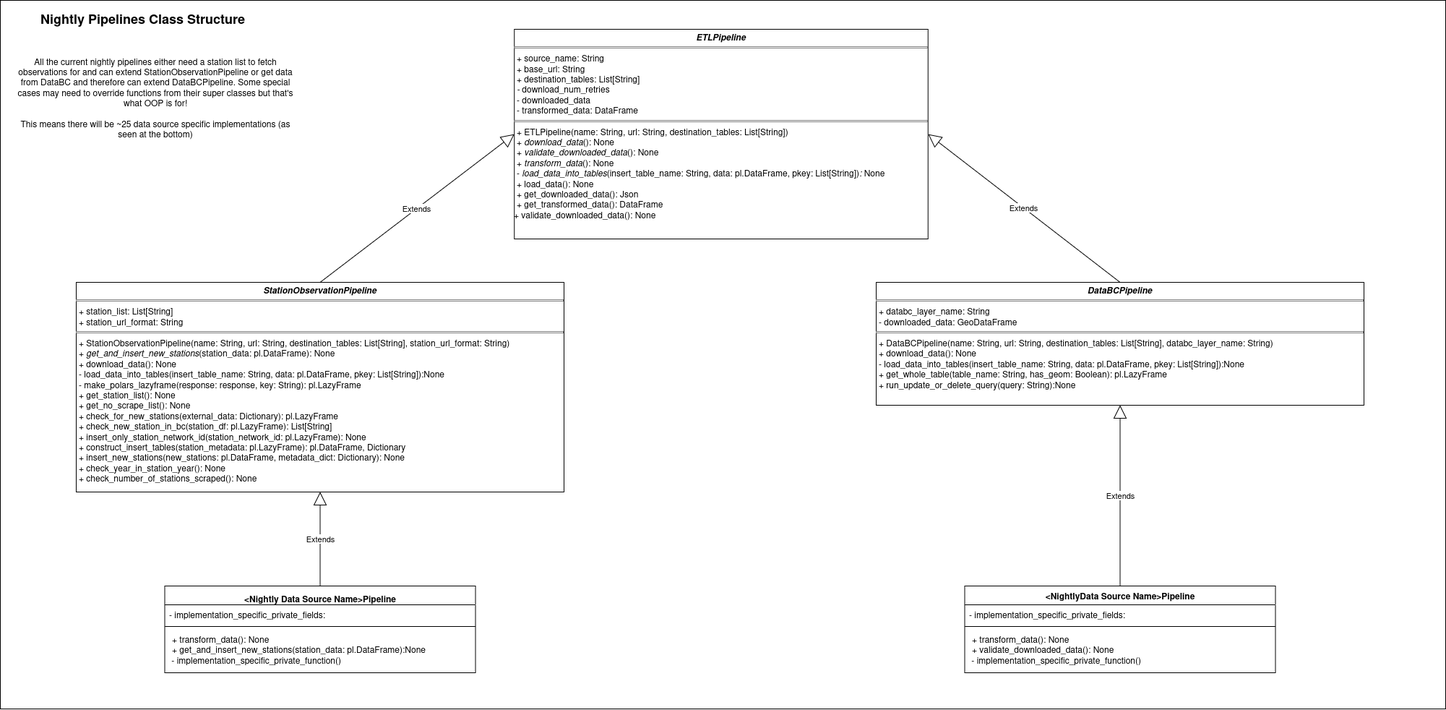
Before: airflow/etl_pipelines/readme_sources/BCWAT_final_UML_diagram.png, a diagram exported from draw.io (bcgov/nr-bcwat). Source tidied: cells renumbered, new cells last; positions are measured from the earlier drawing's top-left corner, leaving out a move shared by most shapes.
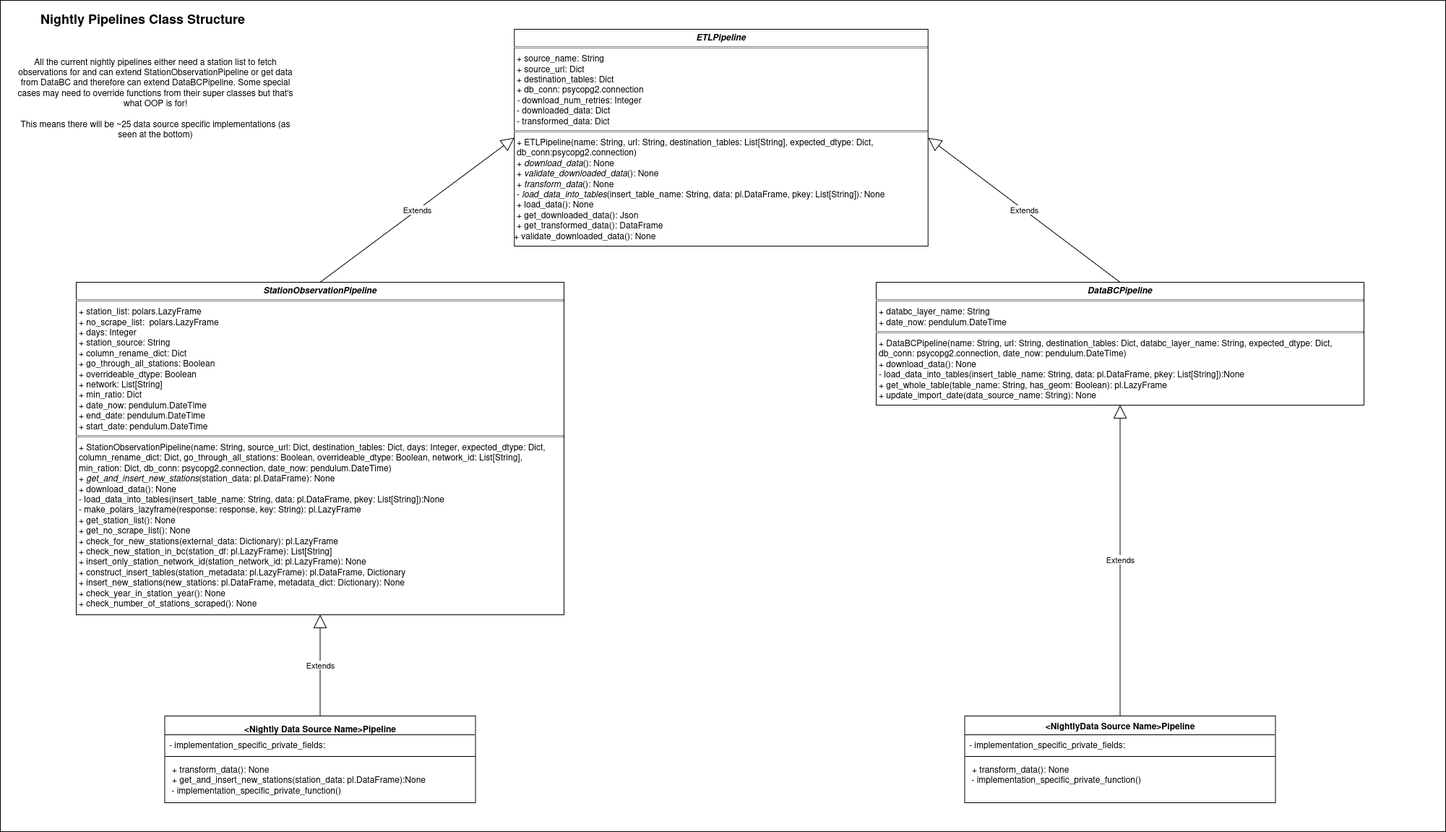
After the commit.

Diff of the diagram source:
```diff
@@ -3,19 +3,19 @@
     <mxCell id="0" />
     <mxCell id="1" parent="0" />
     <mxCell id="2" style="rounded=0;whiteSpace=wrap;html=1;" parent="1" vertex="1">
-      <mxGeometry width="2000" height="980" as="geometry" />
+      <mxGeometry width="2000" height="1150" as="geometry" />
     </mxCell>
-    <mxCell id="3" value="&lt;p style=&quot;margin:0px;margin-top:4px;text-align:center;&quot;&gt;&lt;b&gt;&lt;i&gt;ETLPipeline&lt;/i&gt;&lt;/b&gt;&lt;/p&gt;&lt;hr size=&quot;1&quot; style=&quot;border-style:solid;&quot;&gt;&lt;p style=&quot;margin:0px;margin-left:4px;&quot;&gt;+ source_name: String&lt;/p&gt;&lt;p style=&quot;margin:0px;margin-left:4px;&quot;&gt;+ base_url: String&lt;/p&gt;&lt;p style=&quot;margin:0px;margin-left:4px;&quot;&gt;+ destination_tables: List[String]&lt;/p&gt;&lt;p style=&quot;margin:0px;margin-left:4px;&quot;&gt;&lt;i&gt; - &lt;/i&gt;download_num_retries&lt;/p&gt;&lt;p style=&quot;margin:0px;margin-left:4px;&quot;&gt;- downloaded_data&lt;/p&gt;&lt;p style=&quot;margin:0px;margin-left:4px;&quot;&gt;- transformed_data: DataFrame&lt;/p&gt;&lt;hr size=&quot;1&quot; style=&quot;border-style:solid;&quot;&gt;&lt;p style=&quot;margin:0px;margin-left:4px;&quot;&gt;+ ETLPipeline(name: String, url: String,&amp;nbsp;destination_tables: List[String])&lt;/p&gt;&lt;p style=&quot;margin:0px;margin-left:4px;&quot;&gt;+ &lt;i&gt;download_data&lt;/i&gt;(): None&lt;/p&gt;&lt;p style=&quot;margin:0px;margin-left:4px;&quot;&gt;+ &lt;i&gt;validate_downloaded_data&lt;/i&gt;(): None&lt;/p&gt;&lt;p style=&quot;margin:0px;margin-left:4px;&quot;&gt;+&lt;i&gt; transform_data&lt;/i&gt;(): None&lt;/p&gt;&lt;p style=&quot;margin:0px;margin-left:4px;&quot;&gt;- &lt;i&gt;load_data_into_tables&lt;/i&gt;(insert_table_name: String, data: pl.DataFrame, pkey: List[String])&lt;i&gt;:&lt;/i&gt; None&lt;/p&gt;&lt;p style=&quot;margin:0px;margin-left:4px;&quot;&gt;+ load_data(): None&lt;/p&gt;&lt;p style=&quot;margin:0px;margin-left:4px;&quot;&gt;+ get_downloaded_data(): Json&lt;/p&gt;&lt;p style=&quot;margin:0px;margin-left:4px;&quot;&gt;+ get_transformed_data(): DataFrame&lt;/p&gt;&lt;div&gt;+ validate_downloaded_data(): None&lt;/div&gt;" style="verticalAlign=top;align=left;overflow=fill;html=1;whiteSpace=wrap;" parent="1" vertex="1">
-      <mxGeometry x="711.2" y="40" width="572.5" height="290" as="geometry" />
+    <mxCell id="3" value="&lt;p style=&quot;margin:0px;margin-top:4px;text-align:center;&quot;&gt;&lt;b&gt;&lt;i&gt;ETLPipeline&lt;/i&gt;&lt;/b&gt;&lt;/p&gt;&lt;hr size=&quot;1&quot; style=&quot;border-style:solid;&quot;&gt;&lt;p style=&quot;margin:0px;margin-left:4px;&quot;&gt;+ source_name: String&lt;/p&gt;&lt;p style=&quot;margin:0px;margin-left:4px;&quot;&gt;+ source_url: Dict&lt;/p&gt;&lt;p style=&quot;margin:0px;margin-left:4px;&quot;&gt;+ destination_tables: Dict&lt;/p&gt;&lt;p style=&quot;margin:0px;margin-left:4px;&quot;&gt;+ db_conn: psycopg2.connection&lt;/p&gt;&lt;p style=&quot;margin:0px;margin-left:4px;&quot;&gt;&lt;i&gt; - &lt;/i&gt;download_num_retries: Integer&lt;/p&gt;&lt;p style=&quot;margin:0px;margin-left:4px;&quot;&gt;- downloaded_data: Dict&lt;/p&gt;&lt;p style=&quot;margin:0px;margin-left:4px;&quot;&gt;- transformed_data: Dict&lt;/p&gt;&lt;hr size=&quot;1&quot; style=&quot;border-style:solid;&quot;&gt;&lt;p style=&quot;margin:0px;margin-left:4px;&quot;&gt;+ ETLPipeline(name: String, url: String,&amp;nbsp;destination_tables: List[String], expected_dtype: Dict, db_conn:psycopg2.connection)&lt;/p&gt;&lt;p style=&quot;margin:0px;margin-left:4px;&quot;&gt;+ &lt;i&gt;download_data&lt;/i&gt;(): None&lt;/p&gt;&lt;p style=&quot;margin:0px;margin-left:4px;&quot;&gt;+ &lt;i&gt;validate_downloaded_data&lt;/i&gt;(): None&lt;/p&gt;&lt;p style=&quot;margin:0px;margin-left:4px;&quot;&gt;+&lt;i&gt; transform_data&lt;/i&gt;(): None&lt;/p&gt;&lt;p style=&quot;margin:0px;margin-left:4px;&quot;&gt;- &lt;i&gt;load_data_into_tables&lt;/i&gt;(insert_table_name: String, data: pl.DataFrame, pkey: List[String])&lt;i&gt;:&lt;/i&gt; None&lt;/p&gt;&lt;p style=&quot;margin:0px;margin-left:4px;&quot;&gt;+ load_data(): None&lt;/p&gt;&lt;p style=&quot;margin:0px;margin-left:4px;&quot;&gt;+ get_downloaded_data(): Json&lt;/p&gt;&lt;p style=&quot;margin:0px;margin-left:4px;&quot;&gt;+ get_transformed_data(): DataFrame&lt;/p&gt;&lt;div&gt;+ validate_downloaded_data(): None&lt;/div&gt;" style="verticalAlign=top;align=left;overflow=fill;html=1;whiteSpace=wrap;" parent="1" vertex="1">
+      <mxGeometry x="711.2" y="40" width="572.5" height="300" as="geometry" />
     </mxCell>
-    <mxCell id="4" value="&lt;p style=&quot;margin:0px;margin-top:4px;text-align:center;&quot;&gt;&lt;b&gt;&lt;i&gt;DataBCPipeline &lt;br&gt;&lt;/i&gt;&lt;/b&gt;&lt;/p&gt;&lt;hr size=&quot;1&quot; style=&quot;border-style:solid;&quot;&gt;&lt;p style=&quot;margin:0px;margin-left:4px;&quot;&gt;+ databc_layer_name: String&lt;/p&gt;&lt;p style=&quot;margin:0px;margin-left:4px;&quot;&gt;- downloaded_data: GeoDataFrame&lt;/p&gt;&lt;hr size=&quot;1&quot; style=&quot;border-style:solid;&quot;&gt;&lt;p style=&quot;margin:0px;margin-left:4px;&quot;&gt;+ DataBCPipeline(name: String, url: String,&amp;nbsp;destination_tables: List[String], databc_layer_name: String)&amp;nbsp; &lt;br&gt;&lt;/p&gt;&lt;p style=&quot;margin:0px;margin-left:4px;&quot;&gt;+ download_data(): None&lt;/p&gt;&lt;p style=&quot;margin:0px;margin-left:4px;&quot;&gt;- load_data_into_tables(insert_table_name: String, data: pl.DataFrame, pkey: List[String]):None&lt;/p&gt;&lt;p style=&quot;margin:0px;margin-left:4px;&quot;&gt;+ get_whole_table(table_name: String, has_geom: Boolean): pl.LazyFrame&lt;/p&gt;&lt;p style=&quot;margin:0px;margin-left:4px;&quot;&gt;+ run_update_or_delete_query(query: String):None&lt;/p&gt;" style="verticalAlign=top;align=left;overflow=fill;html=1;whiteSpace=wrap;" parent="1" vertex="1">
+    <mxCell id="4" value="&lt;p style=&quot;margin:0px;margin-top:4px;text-align:center;&quot;&gt;&lt;b&gt;&lt;i&gt;DataBCPipeline &lt;br&gt;&lt;/i&gt;&lt;/b&gt;&lt;/p&gt;&lt;hr size=&quot;1&quot; style=&quot;border-style:solid;&quot;&gt;&lt;p style=&quot;margin:0px;margin-left:4px;&quot;&gt;+ databc_layer_name: String&lt;/p&gt;&lt;p style=&quot;margin:0px;margin-left:4px;&quot;&gt;+ date_now:&amp;nbsp;pendulum.DateTime&lt;/p&gt;&lt;hr size=&quot;1&quot; style=&quot;border-style:solid;&quot;&gt;&lt;p style=&quot;margin:0px;margin-left:4px;&quot;&gt;+ DataBCPipeline(name: String, url: String,&amp;nbsp;destination_tables: Dict, databc_layer_name: String, expected_dtype: Dict, db_conn: psycopg2.connection, date_now: pendulum.DateTime)&amp;nbsp; &lt;br&gt;&lt;/p&gt;&lt;p style=&quot;margin:0px;margin-left:4px;&quot;&gt;+ download_data(): None&lt;/p&gt;&lt;p style=&quot;margin:0px;margin-left:4px;&quot;&gt;- load_data_into_tables(insert_table_name: String, data: pl.DataFrame, pkey: List[String]):None&lt;/p&gt;&lt;p style=&quot;margin:0px;margin-left:4px;&quot;&gt;+ get_whole_table(table_name: String, has_geom: Boolean): pl.LazyFrame&lt;/p&gt;&lt;p style=&quot;margin:0px;margin-left:4px;&quot;&gt;+ update_import_date(data_source_name: String): None&lt;/p&gt;" style="verticalAlign=top;align=left;overflow=fill;html=1;whiteSpace=wrap;" parent="1" vertex="1">
       <mxGeometry x="1212" y="390" width="675" height="170" as="geometry" />
     </mxCell>
     <mxCell id="5" value="Extends" style="endArrow=block;endSize=16;endFill=0;html=1;rounded=0;entryX=1;entryY=0.5;entryDx=0;entryDy=0;exitX=0.5;exitY=0;exitDx=0;exitDy=0;" parent="1" edge="1" source="4" target="3">
       <mxGeometry relative="1" as="geometry" />
     </mxCell>
     <mxCell id="6" value="&lt;p style=&quot;margin:0px;margin-top:4px;text-align:center;&quot;&gt;&lt;b&gt;&amp;lt;Nightly Data Source Name&amp;gt;Pipeline&lt;/b&gt;&lt;/p&gt;" style="swimlane;fontStyle=1;align=center;verticalAlign=top;horizontal=1;startSize=26;whiteSpace=wrap;html=1;" parent="1" vertex="1">
-      <mxGeometry x="227.5" y="810" width="430" height="120" as="geometry" />
+      <mxGeometry x="227.5" y="990" width="430" height="120" as="geometry" />
     </mxCell>
     <mxCell id="7" value="- implementation_specific_private_fields:" style="text;strokeColor=none;fillColor=none;align=left;verticalAlign=top;spacingLeft=4;spacingRight=4;overflow=hidden;whiteSpace=wrap;html=1;" parent="6" vertex="1">
       <mxGeometry y="26" width="430" height="26" as="geometry" />
@@ -27,7 +27,7 @@
       <mxGeometry y="60" width="430" height="60" as="geometry" />
     </mxCell>
     <mxCell id="10" value="&lt;b&gt;&amp;lt;&lt;/b&gt;&lt;b&gt;Nightly&lt;/b&gt;&lt;b&gt;Data Source Name&amp;gt;&lt;/b&gt;&lt;b&gt;Pipeline &lt;/b&gt;" style="swimlane;fontStyle=1;align=center;verticalAlign=top;horizontal=1;startSize=26;whiteSpace=wrap;html=1;" parent="1" vertex="1">
-      <mxGeometry x="1334.5" y="810" width="430" height="120" as="geometry" />
+      <mxGeometry x="1334.5" y="990" width="430" height="120" as="geometry" />
     </mxCell>
     <mxCell id="11" value="- implementation_specific_private_fields:" style="text;strokeColor=none;fillColor=none;align=left;verticalAlign=top;spacingLeft=4;spacingRight=4;overflow=hidden;whiteSpace=wrap;html=1;" parent="10" vertex="1">
       <mxGeometry y="26" width="430" height="26" as="geometry" />
@@ -35,7 +35,7 @@
     <mxCell id="12" style="line;strokeWidth=1;fillColor=none;align=left;verticalAlign=middle;spacingTop=-1;spacingLeft=3;spacingRight=3;labelPosition=right;strokeColor=inherit;" parent="10" vertex="1">
       <mxGeometry y="52" width="430" height="8" as="geometry" />
     </mxCell>
-    <mxCell id="13" value="&lt;p style=&quot;margin:0px;margin-left:4px;&quot;&gt;+&lt;i&gt; &lt;/i&gt;transform_data(): None&lt;/p&gt;&lt;p style=&quot;margin:0px;margin-left:4px;&quot;&gt;+ validate_downloaded_data(): None&lt;/p&gt;&amp;nbsp;- implementation_specific_private_function() " style="text;strokeColor=none;fillColor=none;align=left;verticalAlign=top;spacingLeft=4;spacingRight=4;overflow=hidden;whiteSpace=wrap;html=1;" parent="10" vertex="1">
+    <mxCell id="13" value="&lt;p style=&quot;margin:0px;margin-left:4px;&quot;&gt;+&lt;i&gt; &lt;/i&gt;transform_data(): None&lt;/p&gt;&amp;nbsp;- implementation_specific_private_function() " style="text;strokeColor=none;fillColor=none;align=left;verticalAlign=top;spacingLeft=4;spacingRight=4;overflow=hidden;whiteSpace=wrap;html=1;" parent="10" vertex="1">
       <mxGeometry y="60" width="430" height="60" as="geometry" />
     </mxCell>
     <mxCell id="14" value="Extends" style="endArrow=block;endSize=16;endFill=0;html=1;rounded=0;exitX=0.5;exitY=0;exitDx=0;exitDy=0;entryX=0.5;entryY=1;entryDx=0;entryDy=0;" parent="1" edge="1" source="6" target="18">
@@ -50,8 +50,8 @@
     <mxCell id="17" value="&lt;div&gt;All the current nightly pipelines either need a station list to fetch observations for and can extend StationObservationPipeline or get data from DataBC and therefore can extend DataBCPipeline. Some special cases may need to override functions from their super classes but that's what OOP is for!&lt;/div&gt;&lt;div&gt;&lt;br&gt;&lt;/div&gt;&lt;div&gt;This means there will be ~25 data source specific implementations (as seen at the bottom)&lt;/div&gt;" style="text;html=1;align=center;verticalAlign=middle;whiteSpace=wrap;rounded=0;" parent="1" vertex="1">
       <mxGeometry x="15" y="55" width="400" height="160" as="geometry" />
     </mxCell>
-    <mxCell id="18" value="&lt;p style=&quot;margin:0px;margin-top:4px;text-align:center;&quot;&gt;&lt;b&gt;&lt;i&gt;StationObservationPipeline&lt;/i&gt;&lt;/b&gt;&lt;/p&gt;&lt;hr size=&quot;1&quot; style=&quot;border-style:solid;&quot;&gt;&lt;p style=&quot;margin:0px;margin-left:4px;&quot;&gt;+ station_list: List[String]&lt;/p&gt;&lt;p style=&quot;margin:0px;margin-left:4px;&quot;&gt;+ station_url_format: String&lt;/p&gt;&lt;hr size=&quot;1&quot; style=&quot;border-style:solid;&quot;&gt;&lt;p style=&quot;margin:0px;margin-left:4px;&quot;&gt;+ StationObservationPipeline(name: String, url: String,&amp;nbsp;destination_tables: List[String],&amp;nbsp;station_url_format: String)&lt;/p&gt;&lt;p style=&quot;margin:0px;margin-left:4px;&quot;&gt;+&lt;i&gt; get_and_insert_new_stations&lt;/i&gt;(station_data: pl.DataFrame): None&lt;/p&gt;&lt;p style=&quot;margin:0px;margin-left:4px;&quot;&gt;+ download_data(): None&lt;/p&gt;&lt;p style=&quot;margin:0px;margin-left:4px;&quot;&gt;- load_data_into_tables(insert_table_name: String, data: pl.DataFrame, pkey: List[String]):None&lt;/p&gt;&lt;p style=&quot;margin:0px;margin-left:4px;&quot;&gt;- make_polars_lazyframe(response: response, key: String): pl.LazyFrame&lt;/p&gt;&lt;p style=&quot;margin:0px;margin-left:4px;&quot;&gt;+ get_station_list(): None&lt;/p&gt;&lt;p style=&quot;margin:0px;margin-left:4px;&quot;&gt;+ get_no_scrape_list(): None&lt;/p&gt;&lt;p style=&quot;margin:0px;margin-left:4px;&quot;&gt;+ check_for_new_stations(external_data: Dictionary): pl.LazyFrame&lt;/p&gt;&lt;p style=&quot;margin:0px;margin-left:4px;&quot;&gt;+ check_new_station_in_bc(station_df: pl.LazyFrame): List[String]&lt;/p&gt;&lt;p style=&quot;margin:0px;margin-left:4px;&quot;&gt;+ insert_only_station_network_id(station_network_id: pl.LazyFrame): None&lt;/p&gt;&lt;p style=&quot;margin:0px;margin-left:4px;&quot;&gt;+ construct_insert_tables(station_metadata: pl.LazyFrame): pl.DataFrame, Dictionary&lt;/p&gt;&lt;p style=&quot;margin:0px;margin-left:4px;&quot;&gt;+ insert_new_stations(new_stations: pl.DataFrame, metadata_dict: Dictionary): None&lt;/p&gt;&lt;p style=&quot;margin:0px;margin-left:4px;&quot;&gt;+ check_year_in_station_year(): None&lt;/p&gt;&lt;p style=&quot;margin:0px;margin-left:4px;&quot;&gt;+ check_number_of_stations_scraped(): None&lt;/p&gt;&lt;p style=&quot;margin:0px;margin-left:4px;&quot;&gt;&lt;br&gt;&lt;/p&gt;" style="verticalAlign=top;align=left;overflow=fill;html=1;whiteSpace=wrap;" parent="1" vertex="1">
-      <mxGeometry x="105" y="390" width="675" height="290" as="geometry" />
+    <mxCell id="18" value="&lt;p style=&quot;margin:0px;margin-top:4px;text-align:center;&quot;&gt;&lt;b&gt;&lt;i&gt;StationObservationPipeline&lt;/i&gt;&lt;/b&gt;&lt;/p&gt;&lt;hr size=&quot;1&quot; style=&quot;border-style:solid;&quot;&gt;&lt;p style=&quot;margin:0px;margin-left:4px;&quot;&gt;+ station_list: polars.LazyFrame&lt;/p&gt;&lt;p style=&quot;margin:0px;margin-left:4px;&quot;&gt;+ no_scrape_list:&amp;nbsp; polars.LazyFrame&lt;/p&gt;&lt;p style=&quot;margin:0px;margin-left:4px;&quot;&gt;+ days: Integer&lt;/p&gt;&lt;p style=&quot;margin:0px;margin-left:4px;&quot;&gt;+ station_source: String&lt;/p&gt;&lt;p style=&quot;margin:0px;margin-left:4px;&quot;&gt;+ column_rename_dict: Dict&lt;/p&gt;&lt;p style=&quot;margin:0px;margin-left:4px;&quot;&gt;+ go_through_all_stations: Boolean&lt;/p&gt;&lt;p style=&quot;margin:0px;margin-left:4px;&quot;&gt;+ overrideable_dtype: Boolean&lt;/p&gt;&lt;p style=&quot;margin:0px;margin-left:4px;&quot;&gt;+ network: List[String]&lt;/p&gt;&lt;p style=&quot;margin:0px;margin-left:4px;&quot;&gt;+ min_ratio: Dict&lt;/p&gt;&lt;p style=&quot;margin:0px;margin-left:4px;&quot;&gt;+ date_now: pendulum.DateTime&lt;/p&gt;&lt;p style=&quot;margin:0px;margin-left:4px;&quot;&gt;+ end_date:&amp;nbsp;pendulum.DateTime&lt;/p&gt;&lt;p style=&quot;margin:0px;margin-left:4px;&quot;&gt;+ start_date:&amp;nbsp;pendulum.DateTime&lt;/p&gt;&lt;hr size=&quot;1&quot; style=&quot;border-style:solid;&quot;&gt;&lt;p style=&quot;margin:0px;margin-left:4px;&quot;&gt;+ StationObservationPipeline(name: String, source_url: Dict, destination_tables: Dict, days: Integer, expected_dtype: Dict, column_rename_dict: Dict, go_through_all_stations: Boolean, overrideable_dtype: Boolean, network_id: List[String], min_ration: Dict, db_conn: psycopg2.connection, date_now: pendulum.DateTime)&lt;/p&gt;&lt;p style=&quot;margin:0px;margin-left:4px;&quot;&gt;+&lt;i&gt; get_and_insert_new_stations&lt;/i&gt;(station_data: pl.DataFrame): None&lt;/p&gt;&lt;p style=&quot;margin:0px;margin-left:4px;&quot;&gt;+ download_data(): None&lt;/p&gt;&lt;p style=&quot;margin:0px;margin-left:4px;&quot;&gt;- load_data_into_tables(insert_table_name: String, data: pl.DataFrame, pkey: List[String]):None&lt;/p&gt;&lt;p style=&quot;margin:0px;margin-left:4px;&quot;&gt;- make_polars_lazyframe(response: response, key: String): pl.LazyFrame&lt;/p&gt;&lt;p style=&quot;margin:0px;margin-left:4px;&quot;&gt;+ get_station_list(): None&lt;/p&gt;&lt;p style=&quot;margin:0px;margin-left:4px;&quot;&gt;+ get_no_scrape_list(): None&lt;/p&gt;&lt;p style=&quot;margin:0px;margin-left:4px;&quot;&gt;+ check_for_new_stations(external_data: Dictionary): pl.LazyFrame&lt;/p&gt;&lt;p style=&quot;margin:0px;margin-left:4px;&quot;&gt;+ check_new_station_in_bc(station_df: pl.LazyFrame): List[String]&lt;/p&gt;&lt;p style=&quot;margin:0px;margin-left:4px;&quot;&gt;+ insert_only_station_network_id(station_network_id: pl.LazyFrame): None&lt;/p&gt;&lt;p style=&quot;margin:0px;margin-left:4px;&quot;&gt;+ construct_insert_tables(station_metadata: pl.LazyFrame): pl.DataFrame, Dictionary&lt;/p&gt;&lt;p style=&quot;margin:0px;margin-left:4px;&quot;&gt;+ insert_new_stations(new_stations: pl.DataFrame, metadata_dict: Dictionary): None&lt;/p&gt;&lt;p style=&quot;margin:0px;margin-left:4px;&quot;&gt;+ check_year_in_station_year(): None&lt;/p&gt;&lt;p style=&quot;margin:0px;margin-left:4px;&quot;&gt;+ check_number_of_stations_scraped(): None&lt;/p&gt;&lt;p style=&quot;margin:0px;margin-left:4px;&quot;&gt;&lt;br&gt;&lt;/p&gt;" style="verticalAlign=top;align=left;overflow=fill;html=1;whiteSpace=wrap;" parent="1" vertex="1">
+      <mxGeometry x="105" y="390" width="675" height="460" as="geometry" />
     </mxCell>
     <mxCell id="19" value="Extends" style="endArrow=block;endSize=16;endFill=0;html=1;rounded=0;entryX=0;entryY=0.5;entryDx=0;entryDy=0;exitX=0.5;exitY=0;exitDx=0;exitDy=0;" parent="1" edge="1" source="18" target="3">
       <mxGeometry relative="1" as="geometry" />
```
